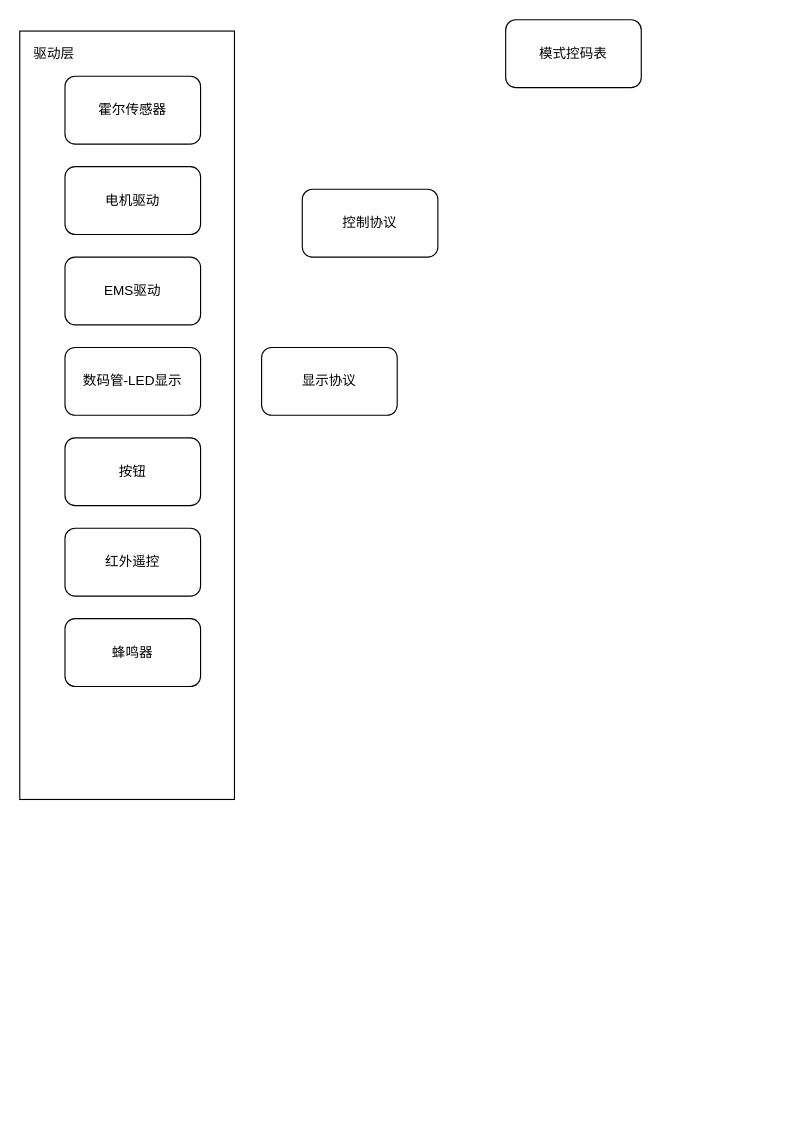
This is 椭圆机项目.drawio from Thurstonszd/FlowDiagram, a draw.io file, before an edit. Source tidied: cells renumbered, new cells numbered last; positions are measured from the earlier drawing's top-left corner, leaving out a move shared by most shapes. Both pictures are drawn from the tidied source at 113%, with x=0, y=0 at pixel (19, 19).
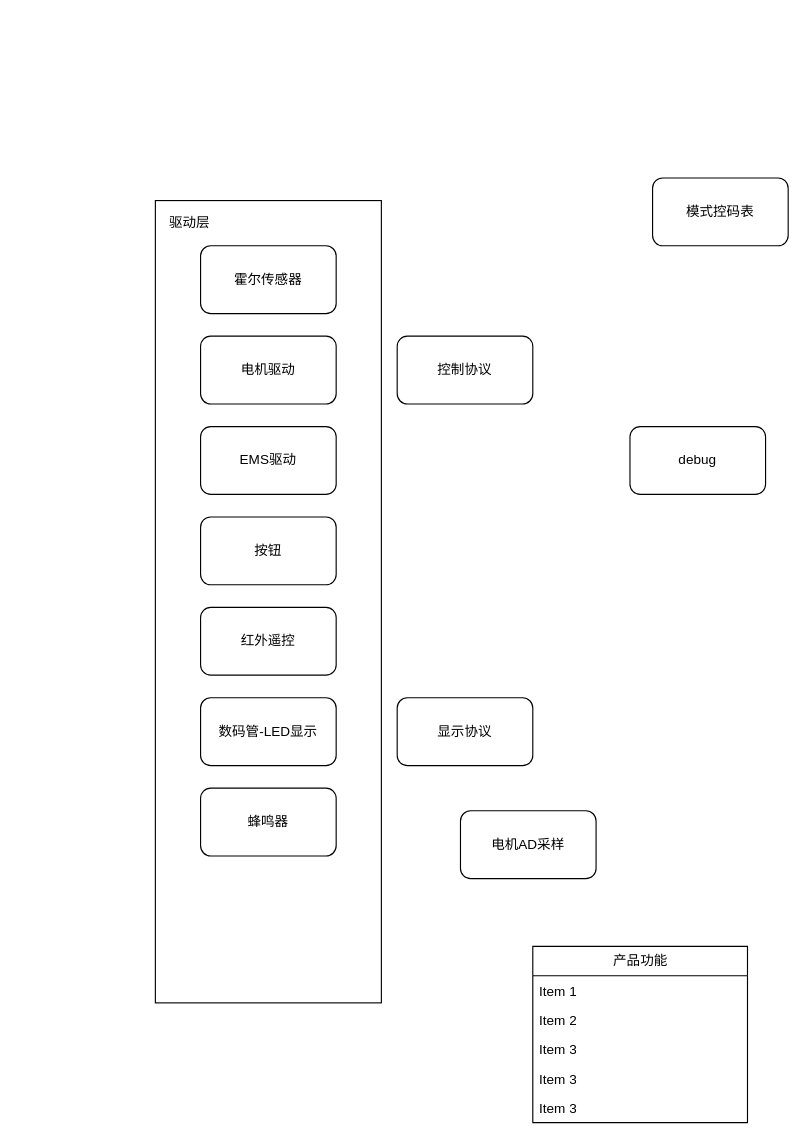
The same page after the edit.

Commit message:
更新椭圆机项目.drawio

The edit, as a diff of the source:
```diff
@@
     <mxCell id="2" style="rounded=0;whiteSpace=wrap;html=1;align=left;" parent="1" vertex="1">
-      <mxGeometry y="10" width="190" height="680" as="geometry" />
+      <mxGeometry x="120" y="160" width="200" height="710" as="geometry" />
     </mxCell>
     <mxCell id="3" value="电机驱动" style="rounded=1;whiteSpace=wrap;html=1;" parent="1" vertex="1">
-      <mxGeometry x="40" y="130" width="120" height="60" as="geometry" />
+      <mxGeometry x="160" y="280" width="120" height="60" as="geometry" />
     </mxCell>
     <mxCell id="4" value="EMS驱动" style="rounded=1;whiteSpace=wrap;html=1;" parent="1" vertex="1">
-      <mxGeometry x="40" y="210" width="120" height="60" as="geometry" />
+      <mxGeometry x="160" y="360" width="120" height="60" as="geometry" />
     </mxCell>
     <mxCell id="5" value="红外遥控" style="rounded=1;whiteSpace=wrap;html=1;" parent="1" vertex="1">
-      <mxGeometry x="40" y="450" width="120" height="60" as="geometry" />
+      <mxGeometry x="160" y="520" width="120" height="60" as="geometry" />
     </mxCell>
     <mxCell id="6" value="数码管-LED显示" style="rounded=1;whiteSpace=wrap;html=1;" parent="1" vertex="1">
-      <mxGeometry x="40" y="290" width="120" height="60" as="geometry" />
+      <mxGeometry x="160" y="600" width="120" height="60" as="geometry" />
     </mxCell>
     <mxCell id="7" value="按钮" style="rounded=1;whiteSpace=wrap;html=1;" parent="1" vertex="1">
-      <mxGeometry x="40" y="370" width="120" height="60" as="geometry" />
+      <mxGeometry x="160" y="440" width="120" height="60" as="geometry" />
     </mxCell>
     <mxCell id="8" value="蜂鸣器" style="rounded=1;whiteSpace=wrap;html=1;" parent="1" vertex="1">
-      <mxGeometry x="40" y="530" width="120" height="60" as="geometry" />
+      <mxGeometry x="160" y="680" width="120" height="60" as="geometry" />
     </mxCell>
     <mxCell id="9" value="显示协议" style="rounded=1;whiteSpace=wrap;html=1;" parent="1" vertex="1">
-      <mxGeometry x="214" y="290" width="120" height="60" as="geometry" />
+      <mxGeometry x="334" y="600" width="120" height="60" as="geometry" />
     </mxCell>
     <mxCell id="10" value="模式控码表" style="rounded=1;whiteSpace=wrap;html=1;" parent="1" vertex="1">
-      <mxGeometry x="430" width="120" height="60" as="geometry" />
+      <mxGeometry x="560" y="140" width="120" height="60" as="geometry" />
     </mxCell>
     <mxCell id="11" value="驱动层" style="text;html=1;align=center;verticalAlign=middle;strokeColor=none;fillColor=none;" parent="1" vertex="1">
-      <mxGeometry y="15" width="60" height="30" as="geometry" />
+      <mxGeometry x="120" y="165" width="60" height="30" as="geometry" />
     </mxCell>
     <mxCell id="12" value="控制协议" style="rounded=1;whiteSpace=wrap;html=1;" parent="1" vertex="1">
-      <mxGeometry x="250" y="150" width="120" height="60" as="geometry" />
+      <mxGeometry x="334" y="280" width="120" height="60" as="geometry" />
     </mxCell>
     <mxCell id="13" value="霍尔传感器" style="rounded=1;whiteSpace=wrap;html=1;" parent="1" vertex="1">
-      <mxGeometry x="40" y="50" width="120" height="60" as="geometry" />
+      <mxGeometry x="160" y="200" width="120" height="60" as="geometry" />
     </mxCell>
+    <mxCell id="14" value="debug" style="rounded=1;whiteSpace=wrap;html=1;" parent="1" vertex="1">
+      <mxGeometry x="540" y="360" width="120" height="60" as="geometry" />
+    </mxCell>
+    <mxCell id="15" value="产品功能" style="swimlane;fontStyle=0;horizontal=1;startSize=26;fillColor=none;html=1;" parent="1" vertex="1">
+      <mxGeometry x="454" y="820" width="190" height="156" as="geometry" />
+    </mxCell>
+    <mxCell id="16" value="Item 1" style="text;strokeColor=none;fillColor=none;align=left;verticalAlign=top;spacingLeft=4;spacingRight=4;overflow=hidden;whiteSpace=wrap;html=1;" parent="15" vertex="1">
+      <mxGeometry y="26" width="190" height="26" as="geometry" />
+    </mxCell>
+    <mxCell id="17" value="Item 2" style="text;strokeColor=none;fillColor=none;align=left;verticalAlign=top;spacingLeft=4;spacingRight=4;overflow=hidden;whiteSpace=wrap;html=1;" parent="15" vertex="1">
+      <mxGeometry y="52" width="190" height="26" as="geometry" />
+    </mxCell>
+    <mxCell id="18" value="Item 3" style="text;strokeColor=none;fillColor=none;align=left;verticalAlign=top;spacingLeft=4;spacingRight=4;overflow=hidden;whiteSpace=wrap;html=1;" parent="15" vertex="1">
+      <mxGeometry y="78" width="190" height="26" as="geometry" />
+    </mxCell>
+    <mxCell id="19" value="Item 3" style="text;strokeColor=none;fillColor=none;align=left;verticalAlign=top;spacingLeft=4;spacingRight=4;overflow=hidden;whiteSpace=wrap;html=1;" parent="15" vertex="1">
+      <mxGeometry y="104" width="190" height="26" as="geometry" />
+    </mxCell>
+    <mxCell id="20" value="Item 3" style="text;strokeColor=none;fillColor=none;align=left;verticalAlign=top;spacingLeft=4;spacingRight=4;overflow=hidden;whiteSpace=wrap;html=1;" parent="15" vertex="1">
+      <mxGeometry y="130" width="190" height="26" as="geometry" />
+    </mxCell>
+    <mxCell id="21" value="电机AD采样" style="rounded=1;whiteSpace=wrap;html=1;" parent="1" vertex="1">
+      <mxGeometry x="390" y="700" width="120" height="60" as="geometry" />
+    </mxCell>
```
